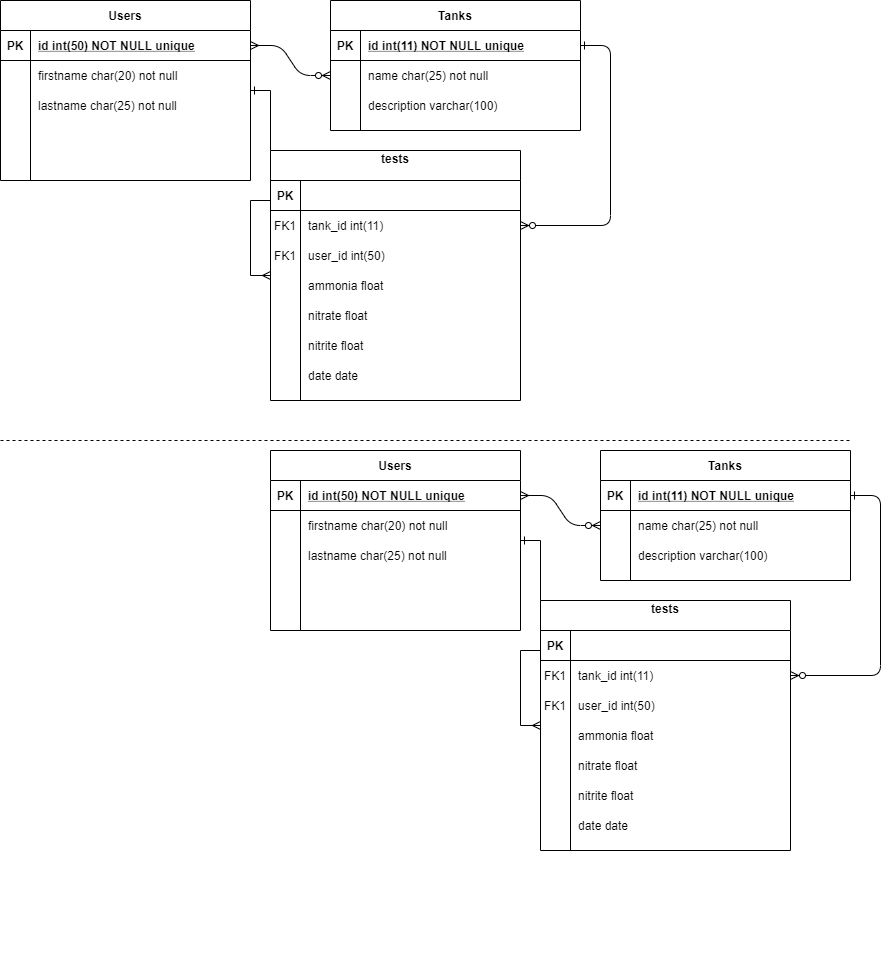
This is ERD.png from knightscode94/QA-SFIA, a draw.io export, as it was before one commit. Source tidied: cells renumbered, new cells last; positions are measured from the earlier drawing's top-left corner, leaving out a move shared by most shapes.
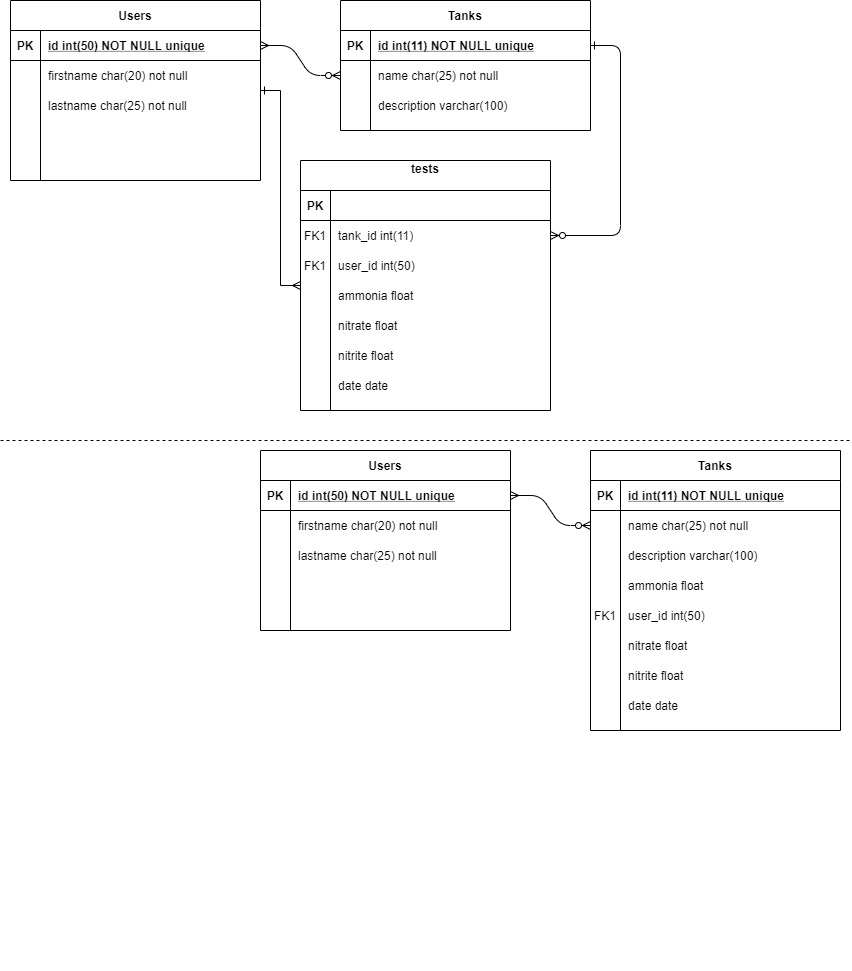
Above is the later version.

Diff of the diagram source:
```diff
@@ -3,7 +3,7 @@
     <mxCell id="0" />
     <mxCell id="1" parent="0" />
     <mxCell id="2" style="group;" parent="1" vertex="1">
-      <mxGeometry width="580" height="520" as="geometry" />
+      <mxGeometry x="10" width="580" height="520" as="geometry" />
     </mxCell>
     <mxCell id="3" style="group;" parent="2" vertex="1">
       <mxGeometry width="250" height="180" as="geometry" />
@@ -75,7 +75,7 @@
       <mxGeometry relative="1" as="geometry" />
     </mxCell>
     <mxCell id="26" style="group;" parent="2" vertex="1">
-      <mxGeometry x="270" y="150" width="250" height="250" as="geometry" />
+      <mxGeometry x="290" y="160" width="250" height="250" as="geometry" />
     </mxCell>
     <mxCell id="27" style="group;" parent="26" vertex="1">
       <mxGeometry width="250" height="250" as="geometry" />
@@ -132,7 +132,7 @@
       </mxGeometry>
     </mxCell>
     <mxCell id="44" style="group;" parent="1" vertex="1">
-      <mxGeometry x="270" y="450" width="580" height="520" as="geometry" />
+      <mxGeometry x="260" y="450" width="580" height="520" as="geometry" />
     </mxCell>
     <mxCell id="45" style="group;" parent="44" vertex="1">
       <mxGeometry width="250" height="180" as="geometry" />
@@ -162,10 +162,10 @@
       <mxGeometry x="30" y="90" width="220" height="30" as="geometry" />
     </mxCell>
     <mxCell id="54" style="group;" parent="44" vertex="1">
-      <mxGeometry x="330" width="250" height="130" as="geometry" />
+      <mxGeometry x="330" width="250" height="280" as="geometry" />
     </mxCell>
     <mxCell id="55" value="Tanks" style="shape=table;startSize=30;rowLines=0;fontStyle=1;align=center;" parent="54" vertex="1">
-      <mxGeometry width="250" height="130" as="geometry" />
+      <mxGeometry width="250" height="280" as="geometry" />
     </mxCell>
     <mxCell id="56" style="shape=partialRectangle;fillColor=none;points=[[0,0.5],[1,0.5]];portConstraint=eastwest;top=0;left=0;right=0;bottom=1;" parent="55" vertex="1">
       <mxGeometry y="30" width="250" height="30" as="geometry" />
@@ -194,27 +194,21 @@
     <mxCell id="64" value="description varchar(100)" style="shape=partialRectangle;overflow=hidden;fillColor=none;top=0;left=0;bottom=0;right=0;align=left;spacingLeft=6;" parent="62" vertex="1">
       <mxGeometry x="30" width="220" height="30" as="geometry" />
     </mxCell>
+    <mxCell id="71" value="ammonia float" style="shape=partialRectangle;overflow=hidden;fillColor=none;top=0;left=0;bottom=0;right=0;align=left;spacingLeft=6;" parent="54" vertex="1">
+      <mxGeometry x="30" y="120" width="220" height="30" as="geometry" />
+    </mxCell>
     <mxCell id="65" style="edgeStyle=entityRelationEdgeStyle;endArrow=ERzeroToMany;startArrow=ERmany;endFill=1;startFill=0;" parent="44" edge="1" source="47" target="59">
       <mxGeometry relative="1" as="geometry" />
     </mxCell>
-    <mxCell id="66" style="edgeStyle=entityRelationEdgeStyle;endArrow=ERzeroToMany;startArrow=ERone;endFill=1;startFill=0;" parent="44" edge="1" source="56" target="79">
-      <mxGeometry relative="1" as="geometry" />
-    </mxCell>
-    <mxCell id="67" style="edgeStyle=orthogonalEdgeStyle;rounded=0;jettySize=auto;html=1;entryX=0;entryY=0.5;entryDx=0;entryDy=0;startArrow=ERone;startFill=0;endArrow=ERmany;endFill=0;" parent="44" edge="1" source="46" target="75">
-      <mxGeometry relative="1" as="geometry" />
-    </mxCell>
     <mxCell id="68" style="group;" parent="44" vertex="1">
-      <mxGeometry x="270" y="150" width="250" height="250" as="geometry" />
+      <mxGeometry x="330" y="30" width="250" height="250" as="geometry" />
     </mxCell>
     <mxCell id="69" style="group;" parent="68" vertex="1">
       <mxGeometry width="250" height="250" as="geometry" />
     </mxCell>
     <mxCell id="70" value="FK1" style="shape=partialRectangle;overflow=hidden;fillColor=none;top=0;left=0;bottom=0;right=0;" parent="69" vertex="1">
-      <mxGeometry y="90" width="30" height="30" as="geometry" />
+      <mxGeometry y="120" width="30" height="30" as="geometry" />
     </mxCell>
-    <mxCell id="71" value="ammonia float" style="shape=partialRectangle;overflow=hidden;fillColor=none;top=0;left=0;bottom=0;right=0;align=left;spacingLeft=6;" parent="69" vertex="1">
-      <mxGeometry x="30" y="120" width="220" height="30" as="geometry" />
-    </mxCell>
     <mxCell id="72" value="nitrate float" style="shape=partialRectangle;overflow=hidden;fillColor=none;top=0;left=0;bottom=0;right=0;align=left;spacingLeft=6;" parent="69" vertex="1">
       <mxGeometry x="30" y="150" width="220" height="30" as="geometry" />
     </mxCell>
@@ -224,35 +218,8 @@
     <mxCell id="74" value="date date" style="shape=partialRectangle;overflow=hidden;fillColor=none;top=0;left=0;bottom=0;right=0;align=left;spacingLeft=6;" parent="69" vertex="1">
       <mxGeometry x="30" y="210" width="220" height="30" as="geometry" />
     </mxCell>
-    <mxCell id="75" value="tests&#10;" style="shape=table;startSize=30;rowLines=0;fontStyle=1;align=center;" parent="68" vertex="1">
-      <mxGeometry width="250" height="250" as="geometry" />
-    </mxCell>
-    <mxCell id="76" style="shape=partialRectangle;fillColor=none;top=0;left=0;right=0;bottom=1;" parent="75" vertex="1">
-      <mxGeometry y="30" width="250" height="30" as="geometry" />
-    </mxCell>
-    <mxCell id="77" value="PK" style="shape=partialRectangle;overflow=hidden;fillColor=none;top=0;left=0;bottom=0;right=0;fontStyle=1;" parent="76" vertex="1">
-      <mxGeometry width="30" height="30" as="geometry" />
-    </mxCell>
-    <mxCell id="78" style="shape=partialRectangle;overflow=hidden;fillColor=none;top=0;left=0;bottom=0;right=0;align=left;spacingLeft=6;fontStyle=5;" parent="76" vertex="1">
-      <mxGeometry x="30" width="220" height="30" as="geometry" />
-    </mxCell>
-    <mxCell id="79" style="shape=partialRectangle;fillColor=none;points=[[0,0.5],[1,0.5]];portConstraint=eastwest;top=0;left=0;right=0;bottom=0;" parent="75" vertex="1">
-      <mxGeometry y="60" width="250" height="30" as="geometry" />
-    </mxCell>
-    <mxCell id="80" value="FK1" style="shape=partialRectangle;overflow=hidden;fillColor=none;top=0;left=0;bottom=0;right=0;" parent="79" vertex="1">
-      <mxGeometry width="30" height="30" as="geometry" />
-    </mxCell>
-    <mxCell id="81" value="tank_id int(11)" style="shape=partialRectangle;overflow=hidden;fillColor=none;top=0;left=0;bottom=0;right=0;align=left;spacingLeft=6;" parent="79" vertex="1">
-      <mxGeometry x="30" width="220" height="30" as="geometry" />
-    </mxCell>
-    <mxCell id="82" style="shape=partialRectangle;fillColor=none;top=0;left=0;right=0;bottom=0;" parent="75" vertex="1">
-      <mxGeometry y="90" width="250" height="30" as="geometry" />
-    </mxCell>
-    <mxCell id="83" style="shape=partialRectangle;overflow=hidden;fillColor=none;top=0;left=0;bottom=0;right=0;" parent="82" vertex="1">
-      <mxGeometry width="30" height="30" as="geometry" />
-    </mxCell>
-    <mxCell id="84" value="user_id int(50)" style="shape=partialRectangle;overflow=hidden;fillColor=none;top=0;left=0;bottom=0;right=0;align=left;spacingLeft=6;" parent="82" vertex="1">
-      <mxGeometry x="30" width="220" height="30" as="geometry" />
+    <mxCell id="84" value="user_id int(50)" style="shape=partialRectangle;overflow=hidden;fillColor=none;top=0;left=0;bottom=0;right=0;align=left;spacingLeft=6;" parent="69" vertex="1">
+      <mxGeometry x="30" y="120" width="220" height="30" as="geometry" />
     </mxCell>
   </root>
 </mxGraphModel>
```
